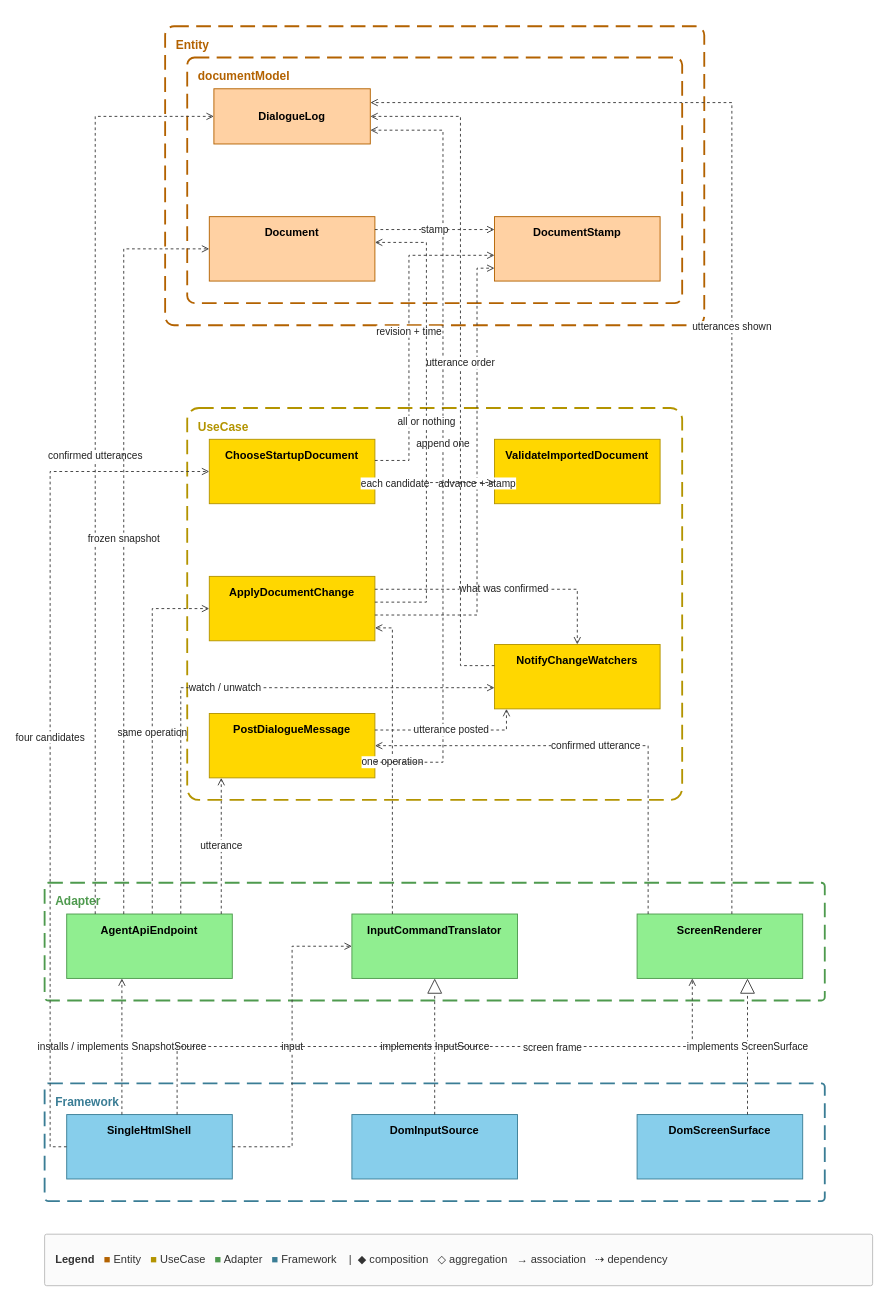
Before: docs/spec/_assets/source/view-startup.drawio in GoodRelax/gr-scheduler, a draw.io diagram. Source tidied: cells renumbered, new cells numbered last; positions are measured from the earlier drawing's top-left corner, leaving out a move shared by most shapes. Both pictures are drawn from the tidied source at 92%, with x=0, y=0 at pixel (44, 26).
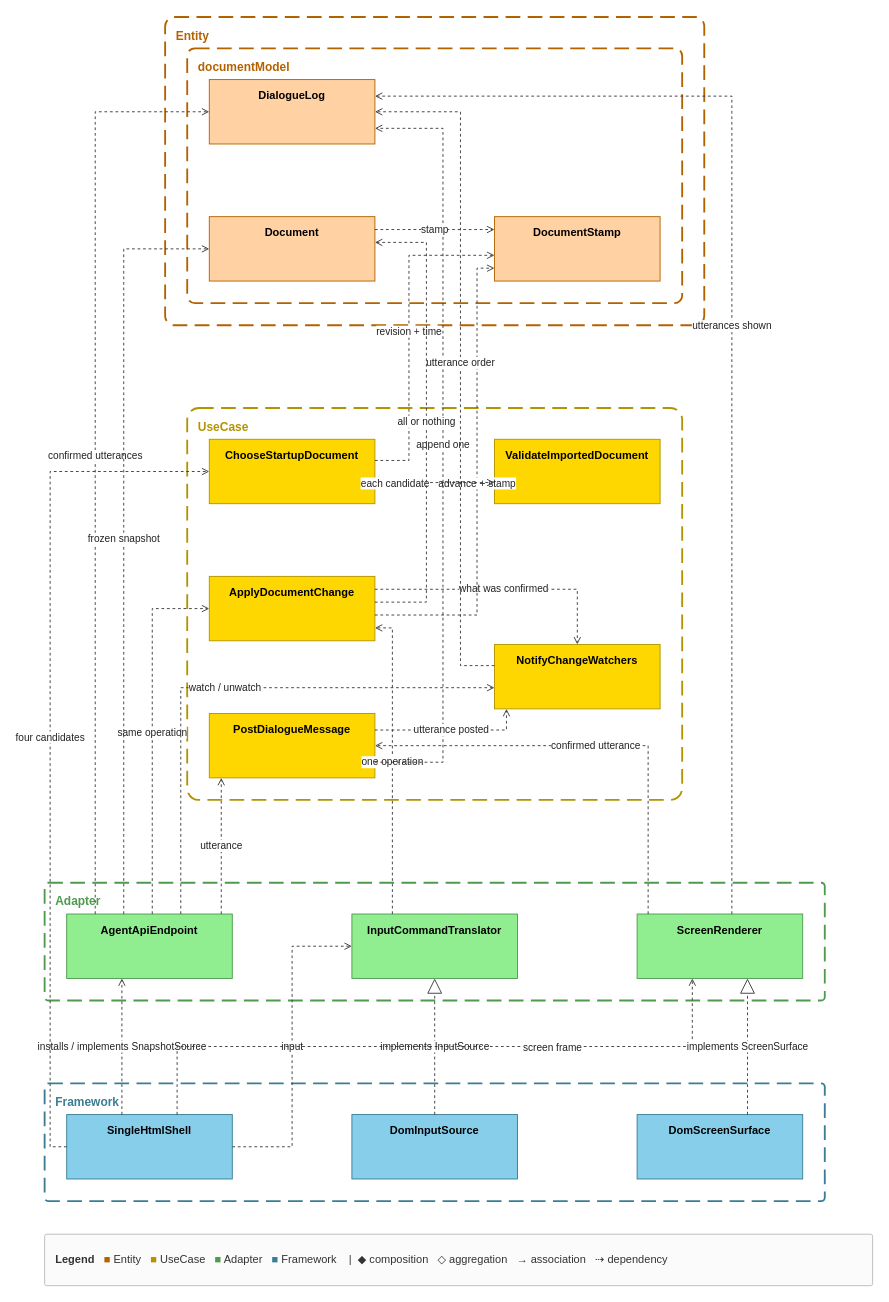
After the change.

The change refers to these unchanged cells:
```xml
<mxCell id="9" value="&lt;b&gt;AgentApiEndpoint&lt;/b&gt;" style="rounded=0;whiteSpace=wrap;html=1;verticalAlign=top;spacingTop=4;fillColor=#90EE90;strokeColor=#4E9A4E;" parent="1" vertex="1">
  <mxGeometry x="24" y="965" width="180" height="70" as="geometry" />
</mxCell>
<mxCell id="14" value="&lt;b&gt;NotifyChangeWatchers&lt;/b&gt;" style="rounded=0;whiteSpace=wrap;html=1;verticalAlign=top;spacingTop=4;fillColor=#FFD700;strokeColor=#B39400;" parent="1" vertex="1">
  <mxGeometry x="489" y="672" width="180" height="70" as="geometry" />
</mxCell>
<mxCell id="15" value="&lt;b&gt;PostDialogueMessage&lt;/b&gt;" style="rounded=0;whiteSpace=wrap;html=1;verticalAlign=top;spacingTop=4;fillColor=#FFD700;strokeColor=#B39400;" parent="1" vertex="1">
  <mxGeometry x="179" y="747" width="180" height="70" as="geometry" />
</mxCell>
<mxCell id="19" value="&lt;b&gt;ScreenRenderer&lt;/b&gt;" style="rounded=0;whiteSpace=wrap;html=1;verticalAlign=top;spacingTop=4;fillColor=#90EE90;strokeColor=#4E9A4E;" parent="1" vertex="1">
  <mxGeometry x="644" y="965" width="180" height="70" as="geometry" />
</mxCell>
```

Change to the diagram source:
```diff
@@
     <mxCell id="2" value="Entity" style="rounded=1;arcSize=3;fillColor=none;strokeColor=#B36200;dashed=1;dashPattern=8 4;strokeWidth=2;verticalAlign=top;align=left;spacingLeft=10;spacingTop=6;fontStyle=1;fontColor=#B36200;fontSize=13;html=1;" parent="1" vertex="1">
-      <mxGeometry x="131" width="586" height="325" as="geometry" />
+      <mxGeometry x="131" y="-10" width="586" height="335" as="geometry" />
     </mxCell>
     <mxCell id="3" value="documentModel" style="rounded=1;arcSize=3;fillColor=none;strokeColor=#B36200;dashed=1;dashPattern=8 4;strokeWidth=2;verticalAlign=top;align=left;spacingLeft=10;spacingTop=6;fontStyle=1;fontColor=#B36200;fontSize=13;html=1;" parent="1" vertex="1">
-      <mxGeometry x="155" y="34" width="538" height="267" as="geometry" />
+      <mxGeometry x="155" y="24" width="538" height="277" as="geometry" />
     </mxCell>
@@
-    <mxCell id="18" value="&lt;b&gt;DialogueLog&lt;/b&gt;" style="rounded=0;whiteSpace=wrap;html=1;fillColor=#FFD1A3;strokeColor=#B36200;" parent="1" vertex="1">
-      <mxGeometry x="184" y="68" width="170" height="60" as="geometry" />
+    <mxCell id="18" value="&lt;b&gt;DialogueLog&lt;/b&gt;" style="rounded=0;whiteSpace=wrap;html=1;verticalAlign=top;spacingTop=4;fillColor=#FFD1A3;strokeColor=#B36200;" parent="1" vertex="1">
+      <mxGeometry x="179" y="58" width="180" height="70" as="geometry" />
     </mxCell>
@@
     <mxCell id="33" value="confirmed utterances" style="edgeStyle=orthogonalEdgeStyle;rounded=0;html=1;strokeColor=#3A3A3A;fontSize=11;fontColor=#222222;labelBackgroundColor=#FFFFFF;endArrow=open;dashed=1;" parent="1" edge="1" source="9" target="18">
       <mxGeometry relative="1" as="geometry">
         <Array as="points">
-          <mxPoint x="55" y="798" />
-          <mxPoint x="55" y="98" />
-          <mxPoint x="55" y="98" />
-          <mxPoint x="55" y="98" />
-          <mxPoint x="124" y="98" />
+          <mxPoint x="55" y="797" />
+          <mxPoint x="55" y="93" />
+          <mxPoint x="55" y="93" />
+          <mxPoint x="55" y="93" />
+          <mxPoint x="120" y="93" />
         </Array>
       </mxGeometry>
     </mxCell>
     <mxCell id="34" value="append one" style="edgeStyle=orthogonalEdgeStyle;rounded=0;html=1;strokeColor=#3A3A3A;fontSize=11;fontColor=#222222;labelBackgroundColor=#FFFFFF;endArrow=open;dashed=1;" parent="1" edge="1" source="15" target="18">
       <mxGeometry relative="1" as="geometry">
         <Array as="points">
           <mxPoint x="397" y="800" />
           <mxPoint x="433" y="800" />
           <mxPoint x="433" y="800" />
           <mxPoint x="433" y="800" />
-          <mxPoint x="433" y="113" />
-          <mxPoint x="433" y="113" />
-          <mxPoint x="433" y="113" />
-          <mxPoint x="394" y="113" />
+          <mxPoint x="433" y="111" />
+          <mxPoint x="433" y="111" />
+          <mxPoint x="433" y="111" />
+          <mxPoint x="397" y="111" />
         </Array>
       </mxGeometry>
     </mxCell>
     <mxCell id="35" value="utterance order" style="edgeStyle=orthogonalEdgeStyle;rounded=0;html=1;strokeColor=#3A3A3A;fontSize=11;fontColor=#222222;labelBackgroundColor=#FFFFFF;endArrow=open;dashed=1;" parent="1" edge="1" source="14" target="18">
       <mxGeometry relative="1" as="geometry">
         <Array as="points">
           <mxPoint x="468" y="695" />
           <mxPoint x="452" y="695" />
           <mxPoint x="452" y="695" />
           <mxPoint x="452" y="695" />
-          <mxPoint x="452" y="98" />
-          <mxPoint x="452" y="98" />
-          <mxPoint x="452" y="98" />
-          <mxPoint x="402" y="98" />
+          <mxPoint x="452" y="93" />
+          <mxPoint x="452" y="93" />
+          <mxPoint x="452" y="93" />
+          <mxPoint x="405" y="93" />
         </Array>
       </mxGeometry>
     </mxCell>
@@
     <mxCell id="45" value="utterances shown" style="edgeStyle=orthogonalEdgeStyle;rounded=0;html=1;strokeColor=#3A3A3A;fontSize=11;fontColor=#222222;labelBackgroundColor=#FFFFFF;endArrow=open;dashed=1;" parent="1" edge="1" source="19" target="18">
       <mxGeometry relative="1" as="geometry">
         <Array as="points">
-          <mxPoint x="747" y="796" />
-          <mxPoint x="747" y="83" />
-          <mxPoint x="747" y="83" />
-          <mxPoint x="747" y="83" />
-          <mxPoint x="492" y="83" />
+          <mxPoint x="747" y="795" />
+          <mxPoint x="747" y="76" />
+          <mxPoint x="747" y="76" />
+          <mxPoint x="747" y="76" />
+          <mxPoint x="498" y="76" />
         </Array>
       </mxGeometry>
     </mxCell>
```
